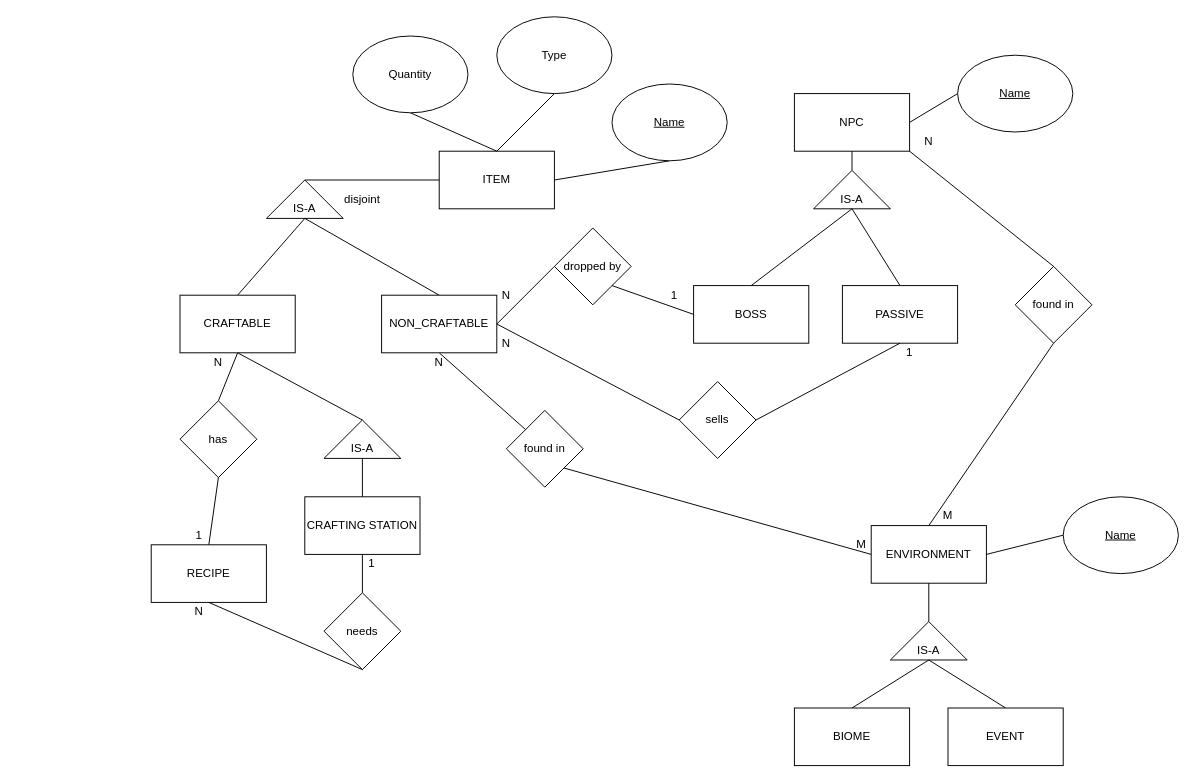
Before: TerrariaER.drawio in ahridesu/guioes-BD, a draw.io diagram. Source tidied: cells renumbered, new cells numbered last; positions are measured from the earlier drawing's top-left corner, leaving out a move shared by most shapes. Both pictures are drawn from the tidied source at 96%, with x=0, y=0 at pixel (151, 16).
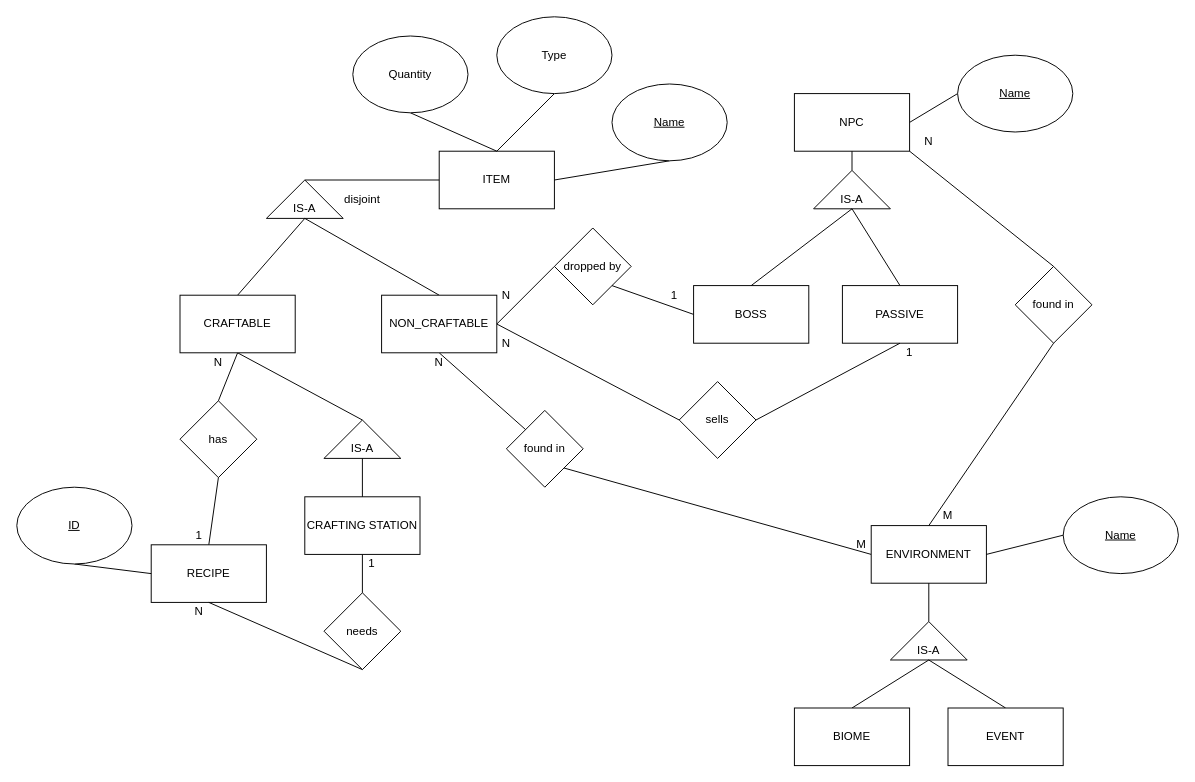
After the change.

The change refers to these unchanged cells:
```xml
<mxCell id="8" value="RECIPE" style="rounded=0;whiteSpace=wrap;html=1;" parent="1" vertex="1">
  <mxGeometry y="550" width="120" height="60" as="geometry" />
</mxCell>
```

Diff of the diagram source:
```diff
@@
+    <mxCell id="73" style="endArrow=none;html=1;entryX=0;entryY=0.5;entryDx=0;entryDy=0;exitX=0.5;exitY=1;exitDx=0;exitDy=0;" parent="1" edge="1" source="74" target="8">
+      <mxGeometry relative="1" as="geometry" />
+    </mxCell>
+    <mxCell id="74" value="&lt;u&gt;ID&lt;/u&gt;" style="ellipse;whiteSpace=wrap;html=1;" parent="1" vertex="1">
+      <mxGeometry x="-140" y="490" width="120" height="80" as="geometry" />
+    </mxCell>
```
